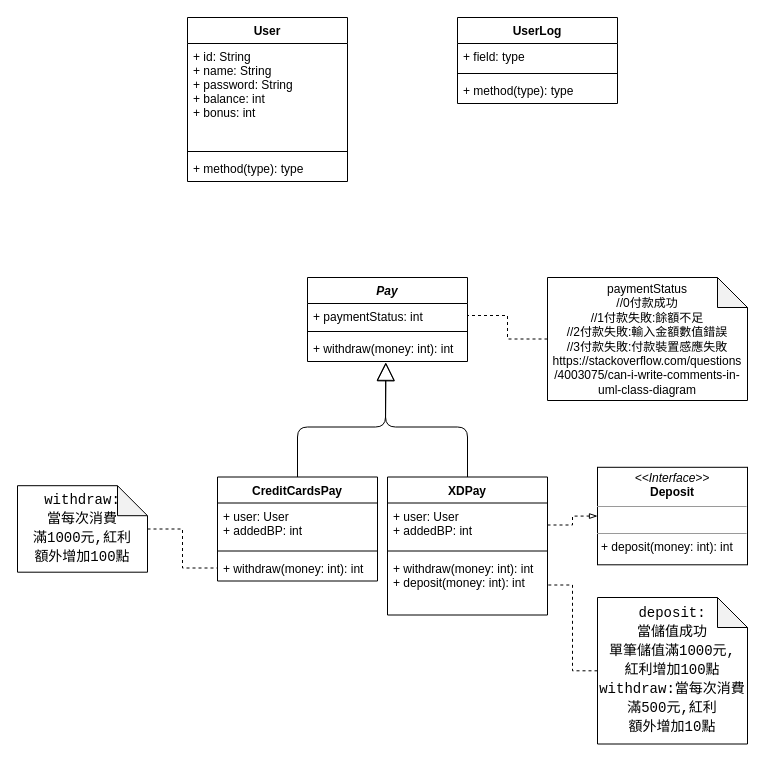
luckypig3400/Project_for_10901_Object-Oriented_Programming keeps this draw.io diagram as bin/edu/ntunhs/luckypig/FinalExamPractice UML Diagram.drawio. Above is the earlier version. Source tidied: cells renumbered, new cells numbered last; positions are measured from the earlier drawing's top-left corner, leaving out a move shared by most shapes. Both pictures are drawn from the tidied source at 100%, with x=0, y=0 at pixel (17, 17).
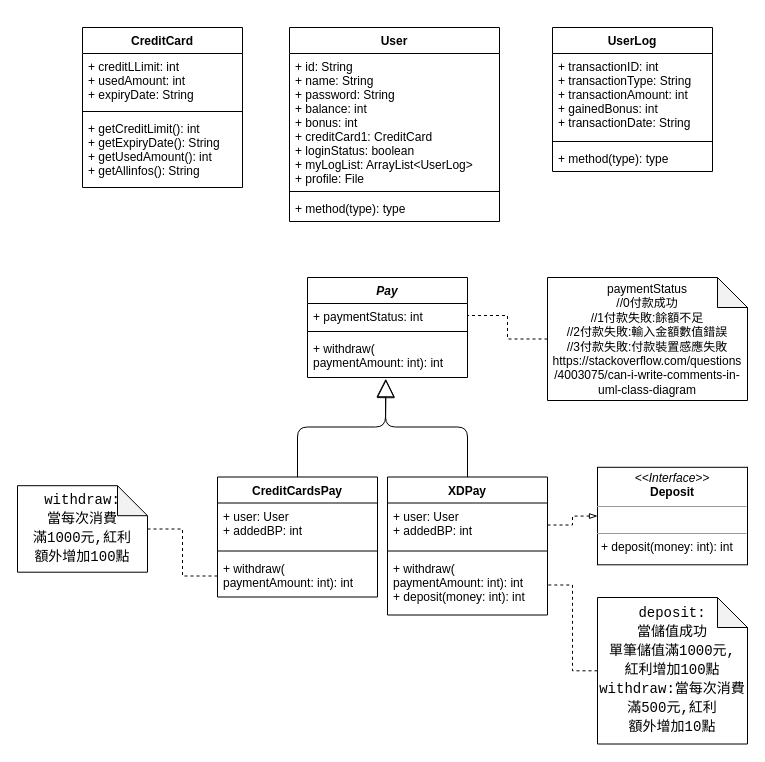
The same page after the edit.

Commit message (it also covers changes not shown here):
update UML Diagram

The change refers to these unchanged cells:
```xml
<mxCell id="2" value="XDPay" style="swimlane;fontStyle=1;align=center;verticalAlign=top;horizontal=1;startSize=26;" parent="1" vertex="1">
  <mxGeometry x="370" y="459.5" width="160" height="138" as="geometry" />
</mxCell>
```

Diff of the diagram source:
```diff
@@
-    <mxCell id="5" value="+ withdraw(money: int): int&#10;+ deposit(money: int): int" style="text;strokeColor=none;fillColor=none;align=left;verticalAlign=top;spacingLeft=4;spacingRight=4;overflow=hidden;points=[[0,0.5],[1,0.5]];portConstraint=eastwest;" parent="2" vertex="1">
+    <mxCell id="5" value="+ withdraw(&#10;paymentAmount: int): int&#10;+ deposit(money: int): int" style="text;strokeColor=none;fillColor=none;align=left;verticalAlign=top;spacingLeft=4;spacingRight=4;overflow=hidden;points=[[0,0.5],[1,0.5]];portConstraint=eastwest;" parent="2" vertex="1">
       <mxGeometry y="78" width="160" height="60" as="geometry" />
     </mxCell>
     <mxCell id="6" value="Pay" style="swimlane;fontStyle=3;align=center;verticalAlign=top;horizontal=1;startSize=26;" parent="1" vertex="1">
-      <mxGeometry x="290" y="260" width="160" height="84" as="geometry" />
+      <mxGeometry x="290" y="260" width="160" height="100" as="geometry" />
     </mxCell>
@@
-    <mxCell id="9" value="+ withdraw(money: int): int" style="text;strokeColor=none;fillColor=none;align=left;verticalAlign=top;spacingLeft=4;spacingRight=4;overflow=hidden;points=[[0,0.5],[1,0.5]];portConstraint=eastwest;" parent="6" vertex="1">
-      <mxGeometry y="58" width="160" height="26" as="geometry" />
+    <mxCell id="9" value="+ withdraw(&#10;paymentAmount: int): int" style="text;strokeColor=none;fillColor=none;align=left;verticalAlign=top;spacingLeft=4;spacingRight=4;overflow=hidden;points=[[0,0.5],[1,0.5]];portConstraint=eastwest;" parent="6" vertex="1">
+      <mxGeometry y="58" width="160" height="42" as="geometry" />
     </mxCell>
@@
     <mxCell id="11" value="UserLog" style="swimlane;fontStyle=1;align=center;verticalAlign=top;horizontal=1;startSize=26;" parent="1" vertex="1">
-      <mxGeometry x="440" width="160" height="86" as="geometry" />
+      <mxGeometry x="535" y="10" width="160" height="144" as="geometry" />
     </mxCell>
-    <mxCell id="12" value="+ field: type" style="text;strokeColor=none;fillColor=none;align=left;verticalAlign=top;spacingLeft=4;spacingRight=4;overflow=hidden;" parent="11" vertex="1">
-      <mxGeometry y="26" width="160" height="26" as="geometry" />
+    <mxCell id="12" value="+ transactionID: int&#10;+ transactionType: String&#10;+ transactionAmount: int&#10;+ gainedBonus: int&#10;+ transactionDate: String" style="text;strokeColor=none;fillColor=none;align=left;verticalAlign=top;spacingLeft=4;spacingRight=4;overflow=hidden;" parent="11" vertex="1">
+      <mxGeometry y="26" width="160" height="84" as="geometry" />
     </mxCell>
     <mxCell id="13" style="line;strokeWidth=1;fillColor=none;align=left;verticalAlign=middle;spacingTop=-1;spacingLeft=3;spacingRight=3;labelPosition=right;" parent="11" vertex="1">
-      <mxGeometry y="52" width="160" height="8" as="geometry" />
+      <mxGeometry y="110" width="160" height="8" as="geometry" />
     </mxCell>
     <mxCell id="14" value="+ method(type): type" style="text;strokeColor=none;fillColor=none;align=left;verticalAlign=top;spacingLeft=4;spacingRight=4;overflow=hidden;" parent="11" vertex="1">
-      <mxGeometry y="60" width="160" height="26" as="geometry" />
+      <mxGeometry y="118" width="160" height="26" as="geometry" />
     </mxCell>
     <mxCell id="15" value="CreditCardsPay" style="swimlane;fontStyle=1;align=center;verticalAlign=top;horizontal=1;startSize=26;" parent="1" vertex="1">
-      <mxGeometry x="200" y="459.5" width="160" height="104" as="geometry" />
+      <mxGeometry x="200" y="459.5" width="160" height="120" as="geometry" />
     </mxCell>
@@
-    <mxCell id="18" value="+ withdraw(money: int): int" style="text;strokeColor=none;fillColor=none;align=left;verticalAlign=top;spacingLeft=4;spacingRight=4;overflow=hidden;points=[[0,0.5],[1,0.5]];portConstraint=eastwest;" parent="15" vertex="1">
-      <mxGeometry y="78" width="160" height="26" as="geometry" />
+    <mxCell id="18" value="+ withdraw(&#10;paymentAmount: int): int" style="text;strokeColor=none;fillColor=none;align=left;verticalAlign=top;spacingLeft=4;spacingRight=4;overflow=hidden;points=[[0,0.5],[1,0.5]];portConstraint=eastwest;" parent="15" vertex="1">
+      <mxGeometry y="78" width="160" height="42" as="geometry" />
     </mxCell>
     <mxCell id="19" value="User" style="swimlane;fontStyle=1;align=center;verticalAlign=top;horizontal=1;startSize=26;" parent="1" vertex="1">
-      <mxGeometry x="170" width="160" height="164" as="geometry" />
+      <mxGeometry x="272" y="10" width="210" height="194" as="geometry" />
     </mxCell>
-    <mxCell id="20" value="+ id: String&#10;+ name: String&#10;+ password: String&#10;+ balance: int&#10;+ bonus: int" style="text;strokeColor=none;fillColor=none;align=left;verticalAlign=top;spacingLeft=4;spacingRight=4;overflow=hidden;" parent="19" vertex="1">
-      <mxGeometry y="26" width="160" height="104" as="geometry" />
+    <mxCell id="20" value="+ id: String&#10;+ name: String&#10;+ password: String&#10;+ balance: int&#10;+ bonus: int&#10;+ creditCard1: CreditCard&#10;+ loginStatus: boolean&#10;+ myLogList: ArrayList&lt;UserLog&gt;&#10;+ profile: File" style="text;strokeColor=none;fillColor=none;align=left;verticalAlign=top;spacingLeft=4;spacingRight=4;overflow=hidden;" parent="19" vertex="1">
+      <mxGeometry y="26" width="210" height="134" as="geometry" />
     </mxCell>
     <mxCell id="21" style="line;strokeWidth=1;fillColor=none;align=left;verticalAlign=middle;spacingTop=-1;spacingLeft=3;spacingRight=3;labelPosition=right;" parent="19" vertex="1">
-      <mxGeometry y="130" width="160" height="8" as="geometry" />
+      <mxGeometry y="160" width="210" height="8" as="geometry" />
     </mxCell>
     <mxCell id="22" value="+ method(type): type" style="text;strokeColor=none;fillColor=none;align=left;verticalAlign=top;spacingLeft=4;spacingRight=4;overflow=hidden;" parent="19" vertex="1">
-      <mxGeometry y="138" width="160" height="26" as="geometry" />
+      <mxGeometry y="168" width="210" height="26" as="geometry" />
     </mxCell>
@@
+    <mxCell id="32" value="CreditCard" style="swimlane;fontStyle=1;align=center;verticalAlign=top;horizontal=1;startSize=26;" parent="1" vertex="1">
+      <mxGeometry x="65" y="10" width="160" height="160" as="geometry" />
+    </mxCell>
+    <mxCell id="33" value="+ creditLLimit: int&#10;+ usedAmount: int&#10;+ expiryDate: String" style="text;strokeColor=none;fillColor=none;align=left;verticalAlign=top;spacingLeft=4;spacingRight=4;overflow=hidden;" parent="32" vertex="1">
+      <mxGeometry y="26" width="160" height="54" as="geometry" />
+    </mxCell>
+    <mxCell id="34" style="line;strokeWidth=1;fillColor=none;align=left;verticalAlign=middle;spacingTop=-1;spacingLeft=3;spacingRight=3;labelPosition=right;" parent="32" vertex="1">
+      <mxGeometry y="80" width="160" height="8" as="geometry" />
+    </mxCell>
+    <mxCell id="35" value="+ getCreditLimit(): int&#10;+ getExpiryDate(): String&#10;+ getUsedAmount(): int&#10;+ getAllinfos(): String" style="text;strokeColor=none;fillColor=none;align=left;verticalAlign=top;spacingLeft=4;spacingRight=4;overflow=hidden;" parent="32" vertex="1">
+      <mxGeometry y="88" width="160" height="72" as="geometry" />
+    </mxCell>
```
